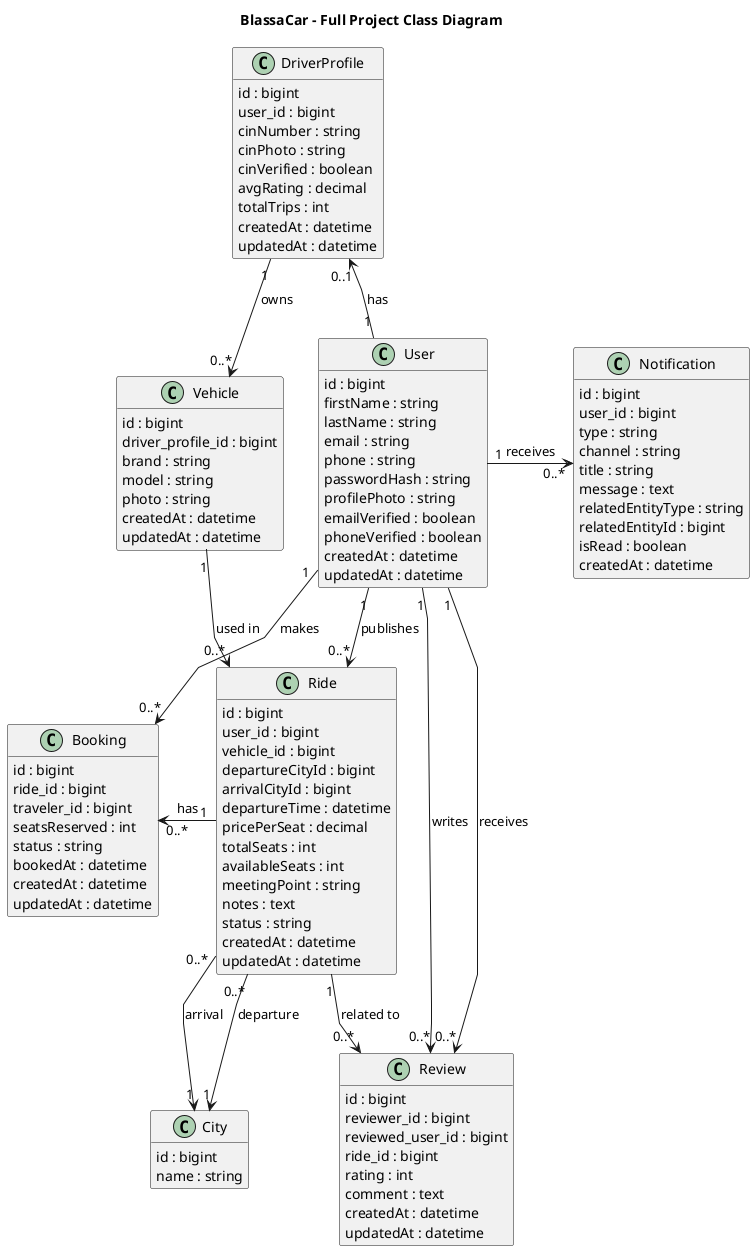
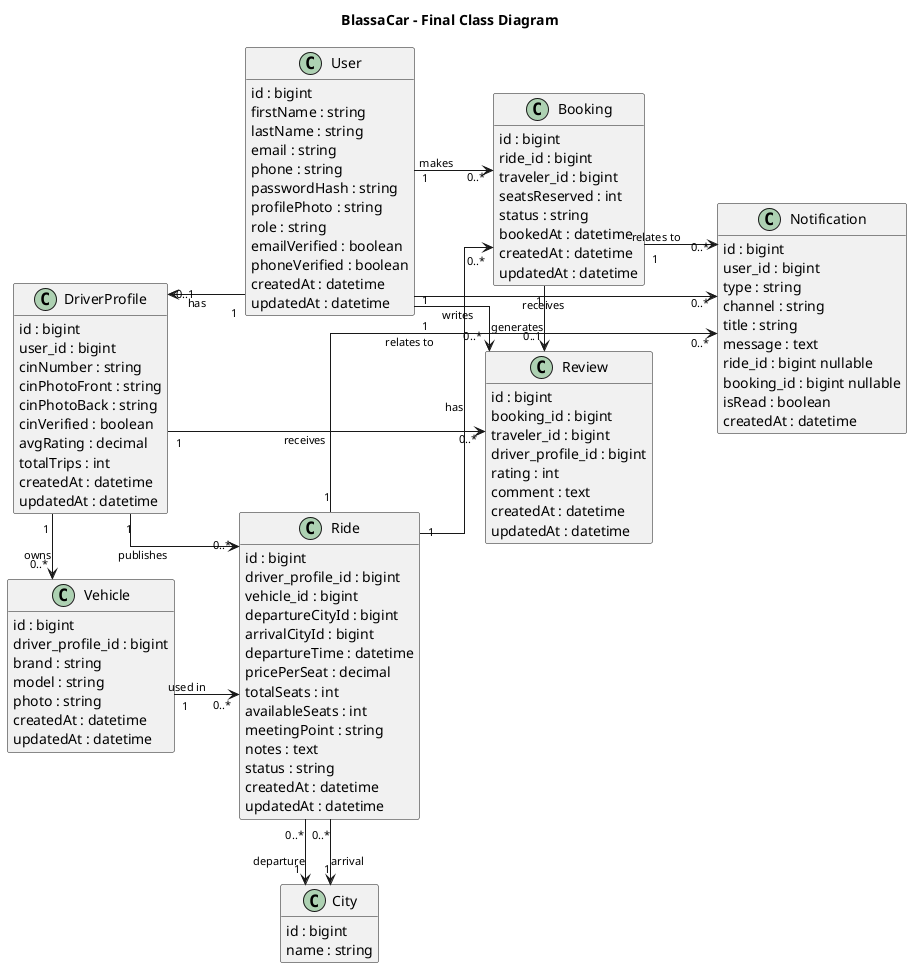
- @startuml BlassaCarFullClassDiagram
- top to bottom direction
+ @startuml BlassaCarFinalClassDiagram
+ left to right direction
hide methods
+ 
skinparam classAttributeIconSize 0
- skinparam linetype polyline
skinparam shadowing false
+ skinparam linetype ortho
+ skinparam nodesep 65
+ skinparam ranksep 65
+ skinparam ArrowFontSize 11

- title BlassaCar - Full Project Class Diagram
+ title BlassaCar - Final Class Diagram

class User {
  id : bigint
  firstName : string
  lastName : string
  email : string
  phone : string
  passwordHash : string
  profilePhoto : string
+   role : string
  emailVerified : boolean
  phoneVerified : boolean
  createdAt : datetime
  updatedAt : datetime
}

class DriverProfile {
  id : bigint
  user_id : bigint
  cinNumber : string
-   cinPhoto : string
+   cinPhotoFront : string
+   cinPhotoBack : string
  cinVerified : boolean
  avgRating : decimal
  totalTrips : int
  createdAt : datetime
  updatedAt : datetime
}

class Vehicle {
  id : bigint
  driver_profile_id : bigint
  brand : string
  model : string
  photo : string
  createdAt : datetime
  updatedAt : datetime
}

- class City {
-   id : bigint
-   name : string
- }
- 
class Ride {
  id : bigint
-   user_id : bigint
+   driver_profile_id : bigint
  vehicle_id : bigint
  departureCityId : bigint
  arrivalCityId : bigint
  departureTime : datetime
  pricePerSeat : decimal
  totalSeats : int
  availableSeats : int
  meetingPoint : string
  notes : text
  status : string
  createdAt : datetime
  updatedAt : datetime
+ }
+ 
+ class City {
+   id : bigint
+   name : string
}

class Booking {
  id : bigint
  ride_id : bigint
  traveler_id : bigint
  seatsReserved : int
  status : string
  bookedAt : datetime
  createdAt : datetime
  updatedAt : datetime
}

class Review {
  id : bigint
-   reviewer_id : bigint
-   reviewed_user_id : bigint
-   ride_id : bigint
+   booking_id : bigint
+   traveler_id : bigint
+   driver_profile_id : bigint
  rating : int
  comment : text
  createdAt : datetime
  updatedAt : datetime
}

class Notification {
  id : bigint
  user_id : bigint
  type : string
  channel : string
  title : string
  message : text
-   relatedEntityType : string
-   relatedEntityId : bigint
+   ride_id : bigint nullable
+   booking_id : bigint nullable
  isRead : boolean
  createdAt : datetime
}

- ' ---- layout control ----
- DriverProfile -[hidden]down- Vehicle
- Vehicle -[hidden]down- Ride
- Ride -[hidden]left- Booking
- Ride -[hidden]right- Review
- User -[hidden]left- DriverProfile
- User -[hidden]right- Notification
- Booking -[hidden]right- City
- City -[hidden]right- Review
+ ' -------------------------
+ ' Layout only
+ ' -------------------------
+ DriverProfile -[hidden]right- Vehicle
+ Vehicle -[hidden]right- Ride
+ Ride -[hidden]right- City

- ' ---- real relationships ----
+ User -[hidden]right- Booking
+ Booking -[hidden]right- Review
+ Review -[hidden]right- Notification
+ 
+ DriverProfile -[hidden]down- User
+ Ride -[hidden]down- Booking
+ 
+ ' -------------------------
+ ' Real relationships
+ ' -------------------------
+ 
User "1" --> "0..1" DriverProfile : has
+ 
DriverProfile "1" --> "0..*" Vehicle : owns
+ DriverProfile "1" --> "0..*" Ride : publishes

- User "1" --> "0..*" Ride : publishes
Vehicle "1" --> "0..*" Ride : used in

Ride "0..*" --> "1" City : departure
Ride "0..*" --> "1" City : arrival

User "1" --> "0..*" Booking : makes
Ride "1" --> "0..*" Booking : has

+ Booking "1" --> "0..1" Review : generates
User "1" --> "0..*" Review : writes
- User "1" --> "0..*" Review : receives
- Ride "1" --> "0..*" Review : related to
+ DriverProfile "1" --> "0..*" Review : receives

User "1" --> "0..*" Notification : receives
+ Ride "1" --> "0..*" Notification : relates to
+ Booking "1" --> "0..*" Notification : relates to
+ 
@enduml